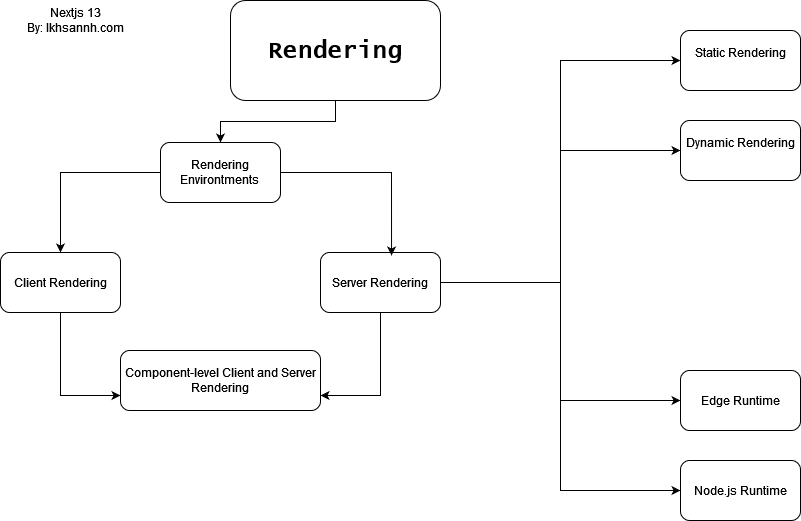
Earlier version of the draw.io export nextjs-inanutshell.png (ikhsannh/ikhsannh.com). Source tidied: cells renumbered, new cells last; positions are measured from the earlier drawing's top-left corner, leaving out a move shared by most shapes.
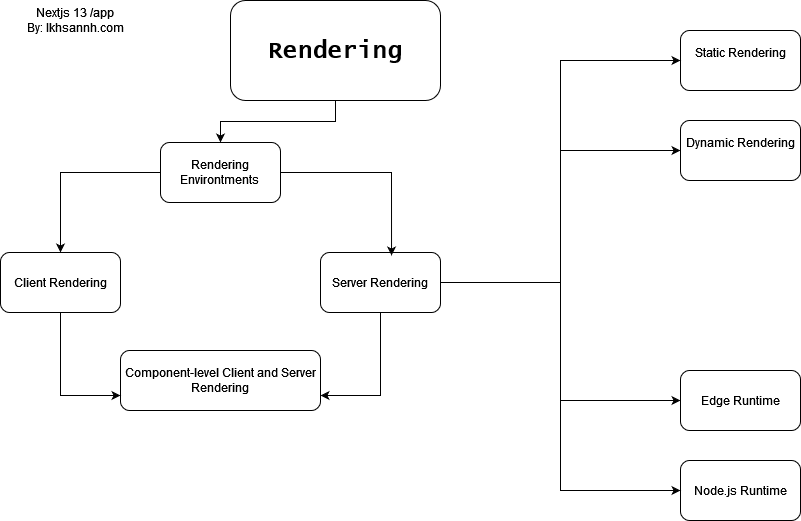
Later version of the same file.

What changed in the source:
```diff
@@ -61,8 +61,8 @@
     <mxCell id="19" value="Edge Runtime" style="rounded=1;whiteSpace=wrap;html=1;" parent="1" vertex="1">
       <mxGeometry x="680" y="370" width="120" height="60" as="geometry" />
     </mxCell>
-    <mxCell id="20" value="&lt;div&gt;Nextjs 13&lt;/div&gt;&lt;div&gt;By: Ikhsannh.com&lt;br&gt;&lt;/div&gt;" style="text;html=1;align=center;verticalAlign=middle;strokeColor=none;fillColor=none;" parent="1" vertex="1">
-      <mxGeometry x="10" width="130" height="40" as="geometry" />
+    <mxCell id="20" value="&lt;div&gt;Nextjs 13 /app&lt;br&gt;&lt;/div&gt;&lt;div&gt;By: Ikhsannh.com&lt;br&gt;&lt;/div&gt;" style="text;html=1;align=center;verticalAlign=middle;strokeColor=none;fillColor=none;" parent="1" vertex="1">
+      <mxGeometry x="15" width="120" height="40" as="geometry" />
     </mxCell>
   </root>
 </mxGraphModel>
```
